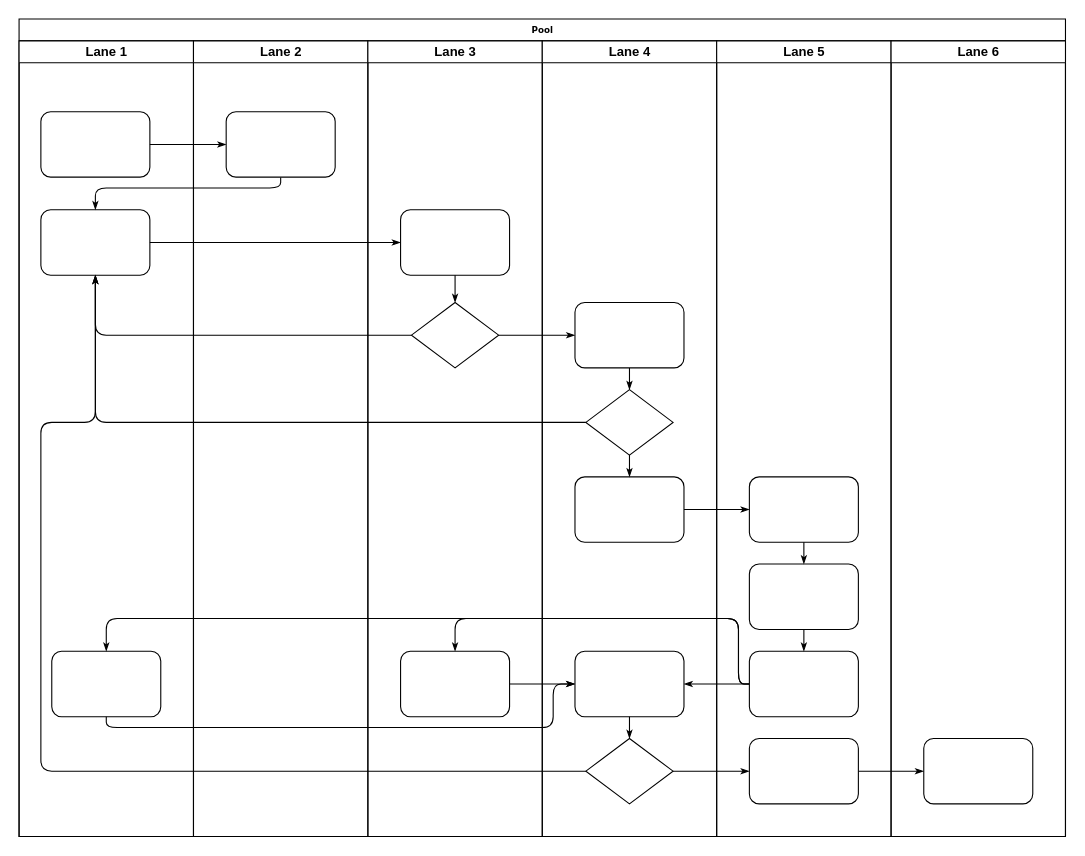
Earlier version of the draw.io diagram 未命名绘图.drawio (fuyifang/StudyDemo). Source tidied: cells renumbered, new cells numbered last; positions are measured from the earlier drawing's top-left corner, leaving out a move shared by most shapes. Both pictures are drawn from the tidied source at 109%, with x=0, y=0 at pixel (19, 19).
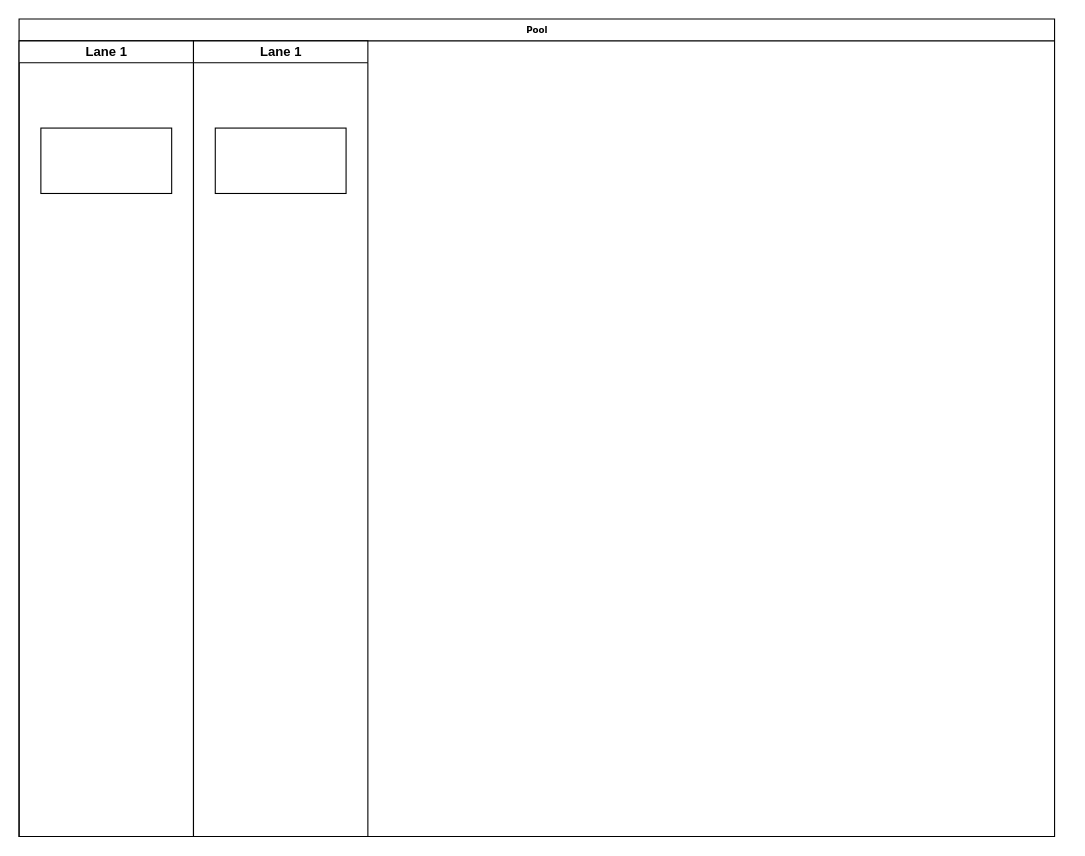
Above is the later version.

Commit message:
文字识别流程图.drawio

Unchanged cells that the change refers to:
```xml
<mxCell id="3" value="Lane 1" style="swimlane;html=1;startSize=20;" parent="2" vertex="1">
  <mxGeometry y="20" width="160" height="730" as="geometry" />
</mxCell>
```

What changed in the source:
```diff
@@
     <mxCell id="2" value="Pool" style="swimlane;html=1;startSize=20;rounded=0;shadow=0;labelBackgroundColor=none;strokeWidth=1;fontFamily=Verdana;fontSize=8;align=center;" parent="1" vertex="1">
-      <mxGeometry width="960" height="750" as="geometry" />
+      <mxGeometry width="950" height="750" as="geometry" />
     </mxCell>
@@
-    <mxCell id="4" style="rounded=1;whiteSpace=wrap;html=1;shadow=0;labelBackgroundColor=none;strokeWidth=1;fontFamily=Verdana;fontSize=8;align=center;" parent="3" vertex="1">
-      <mxGeometry x="20" y="65" width="100" height="60" as="geometry" />
-    </mxCell>
-    <mxCell id="5" style="rounded=1;whiteSpace=wrap;html=1;shadow=0;labelBackgroundColor=none;strokeWidth=1;fontFamily=Verdana;fontSize=8;align=center;" parent="3" vertex="1">
-      <mxGeometry x="20" y="155" width="100" height="60" as="geometry" />
-    </mxCell>
-    <mxCell id="6" style="rounded=1;whiteSpace=wrap;html=1;shadow=0;labelBackgroundColor=none;strokeWidth=1;fontFamily=Verdana;fontSize=8;align=center;" parent="3" vertex="1">
-      <mxGeometry x="30" y="560" width="100" height="60" as="geometry" />
-    </mxCell>
-    <mxCell id="7" style="edgeStyle=orthogonalEdgeStyle;rounded=1;html=1;labelBackgroundColor=none;startArrow=none;startFill=0;startSize=5;endArrow=classicThin;endFill=1;endSize=5;jettySize=auto;strokeWidth=1;fontFamily=Verdana;fontSize=8;" parent="2" edge="1" source="4" target="23">
-      <mxGeometry relative="1" as="geometry" />
-    </mxCell>
-    <mxCell id="8" style="edgeStyle=orthogonalEdgeStyle;rounded=1;html=1;labelBackgroundColor=none;startArrow=none;startFill=0;startSize=5;endArrow=classicThin;endFill=1;endSize=5;jettySize=auto;strokeWidth=1;fontFamily=Verdana;fontSize=8;" parent="2" edge="1" source="23" target="5">
-      <mxGeometry relative="1" as="geometry">
-        <Array as="points">
-          <mxPoint x="240" y="155" />
-          <mxPoint x="70" y="155" />
-        </Array>
-      </mxGeometry>
-    </mxCell>
-    <mxCell id="9" style="edgeStyle=orthogonalEdgeStyle;rounded=1;html=1;labelBackgroundColor=none;startArrow=none;startFill=0;startSize=5;endArrow=classicThin;endFill=1;endSize=5;jettySize=auto;strokeWidth=1;fontFamily=Verdana;fontSize=8;" parent="2" edge="1" source="5" target="25">
-      <mxGeometry relative="1" as="geometry" />
-    </mxCell>
-    <mxCell id="10" style="edgeStyle=orthogonalEdgeStyle;rounded=1;html=1;labelBackgroundColor=none;startArrow=none;startFill=0;startSize=5;endArrow=classicThin;endFill=1;endSize=5;jettySize=auto;strokeWidth=1;fontFamily=Verdana;fontSize=8;" parent="2" edge="1" source="26" target="5">
-      <mxGeometry relative="1" as="geometry" />
-    </mxCell>
-    <mxCell id="11" style="edgeStyle=orthogonalEdgeStyle;rounded=1;html=1;labelBackgroundColor=none;startArrow=none;startFill=0;startSize=5;endArrow=classicThin;endFill=1;endSize=5;jettySize=auto;strokeWidth=1;fontFamily=Verdana;fontSize=8;" parent="2" edge="1" source="31" target="5">
-      <mxGeometry relative="1" as="geometry" />
-    </mxCell>
-    <mxCell id="12" style="edgeStyle=orthogonalEdgeStyle;rounded=1;html=1;labelBackgroundColor=none;startArrow=none;startFill=0;startSize=5;endArrow=classicThin;endFill=1;endSize=5;jettySize=auto;strokeWidth=1;fontFamily=Verdana;fontSize=8;" parent="2" edge="1" source="34" target="5">
-      <mxGeometry relative="1" as="geometry">
-        <Array as="points">
-          <mxPoint x="20" y="690" />
-          <mxPoint x="20" y="370" />
-          <mxPoint x="70" y="370" />
-        </Array>
-      </mxGeometry>
-    </mxCell>
-    <mxCell id="13" style="edgeStyle=orthogonalEdgeStyle;rounded=1;html=1;labelBackgroundColor=none;startArrow=none;startFill=0;startSize=5;endArrow=classicThin;endFill=1;endSize=5;jettySize=auto;strokeWidth=1;fontFamily=Verdana;fontSize=8;" parent="2" edge="1" source="26" target="30">
-      <mxGeometry relative="1" as="geometry" />
-    </mxCell>
-    <mxCell id="14" style="edgeStyle=orthogonalEdgeStyle;rounded=1;html=1;labelBackgroundColor=none;startArrow=none;startFill=0;startSize=5;endArrow=classicThin;endFill=1;endSize=5;jettySize=auto;strokeWidth=1;fontFamily=Verdana;fontSize=8;" parent="2" edge="1" source="34" target="42">
-      <mxGeometry relative="1" as="geometry" />
-    </mxCell>
-    <mxCell id="15" style="edgeStyle=orthogonalEdgeStyle;rounded=1;html=1;labelBackgroundColor=none;startArrow=none;startFill=0;startSize=5;endArrow=classicThin;endFill=1;endSize=5;jettySize=auto;strokeWidth=1;fontFamily=Verdana;fontSize=8;" parent="2" edge="1" source="42" target="46">
-      <mxGeometry relative="1" as="geometry" />
-    </mxCell>
-    <mxCell id="16" style="edgeStyle=orthogonalEdgeStyle;rounded=1;html=1;labelBackgroundColor=none;startArrow=none;startFill=0;startSize=5;endArrow=classicThin;endFill=1;endSize=5;jettySize=auto;strokeWidth=1;fontFamily=Verdana;fontSize=8;" parent="2" edge="1" source="32" target="39">
-      <mxGeometry relative="1" as="geometry" />
-    </mxCell>
-    <mxCell id="17" style="edgeStyle=orthogonalEdgeStyle;rounded=1;html=1;labelBackgroundColor=none;startArrow=none;startFill=0;startSize=5;endArrow=classicThin;endFill=1;endSize=5;jettySize=auto;strokeWidth=1;fontFamily=Verdana;fontSize=8;" parent="2" edge="1" source="41" target="27">
-      <mxGeometry relative="1" as="geometry">
-        <Array as="points">
-          <mxPoint x="660" y="610" />
-          <mxPoint x="660" y="550" />
-          <mxPoint x="400" y="550" />
-        </Array>
-      </mxGeometry>
-    </mxCell>
-    <mxCell id="18" style="edgeStyle=orthogonalEdgeStyle;rounded=1;html=1;labelBackgroundColor=none;startArrow=none;startFill=0;startSize=5;endArrow=classicThin;endFill=1;endSize=5;jettySize=auto;strokeColor=#000000;strokeWidth=1;fontFamily=Verdana;fontSize=8;fontColor=#000000;" parent="2" edge="1" source="41" target="33">
-      <mxGeometry relative="1" as="geometry" />
-    </mxCell>
-    <mxCell id="19" style="edgeStyle=orthogonalEdgeStyle;rounded=1;html=1;labelBackgroundColor=none;startArrow=none;startFill=0;startSize=5;endArrow=classicThin;endFill=1;endSize=5;jettySize=auto;strokeWidth=1;fontFamily=Verdana;fontSize=8;" parent="2" edge="1" source="41" target="6">
-      <mxGeometry relative="1" as="geometry">
-        <Array as="points">
-          <mxPoint x="660" y="610" />
-          <mxPoint x="660" y="550" />
-          <mxPoint x="80" y="550" />
-        </Array>
-      </mxGeometry>
-    </mxCell>
-    <mxCell id="20" style="edgeStyle=orthogonalEdgeStyle;rounded=1;html=1;labelBackgroundColor=none;startArrow=none;startFill=0;startSize=5;endArrow=classicThin;endFill=1;endSize=5;jettySize=auto;strokeWidth=1;fontFamily=Verdana;fontSize=8;" parent="2" edge="1" source="6" target="33">
-      <mxGeometry relative="1" as="geometry">
-        <Array as="points">
-          <mxPoint x="80" y="650" />
-          <mxPoint x="490" y="650" />
-          <mxPoint x="490" y="610" />
-        </Array>
-      </mxGeometry>
-    </mxCell>
-    <mxCell id="21" style="edgeStyle=orthogonalEdgeStyle;rounded=1;html=1;labelBackgroundColor=none;startArrow=none;startFill=0;startSize=5;endArrow=classicThin;endFill=1;endSize=5;jettySize=auto;strokeWidth=1;fontFamily=Verdana;fontSize=8;" parent="2" edge="1" source="27" target="33">
-      <mxGeometry relative="1" as="geometry" />
-    </mxCell>
-    <mxCell id="22" value="Lane 2" style="swimlane;html=1;startSize=20;" parent="2" vertex="1">
-      <mxGeometry x="160" y="20" width="160" height="730" as="geometry" />
-    </mxCell>
-    <mxCell id="23" style="rounded=1;whiteSpace=wrap;html=1;shadow=0;labelBackgroundColor=none;strokeWidth=1;fontFamily=Verdana;fontSize=8;align=center;" parent="22" vertex="1">
-      <mxGeometry x="30" y="65" width="100" height="60" as="geometry" />
-    </mxCell>
-    <mxCell id="24" value="Lane 3" style="swimlane;html=1;startSize=20;" parent="2" vertex="1">
-      <mxGeometry x="320" y="20" width="160" height="730" as="geometry" />
-    </mxCell>
-    <mxCell id="25" style="rounded=1;whiteSpace=wrap;html=1;shadow=0;labelBackgroundColor=none;strokeWidth=1;fontFamily=Verdana;fontSize=8;align=center;" parent="24" vertex="1">
-      <mxGeometry x="30" y="155" width="100" height="60" as="geometry" />
-    </mxCell>
-    <mxCell id="26" style="rhombus;whiteSpace=wrap;html=1;rounded=0;shadow=0;labelBackgroundColor=none;strokeWidth=1;fontFamily=Verdana;fontSize=8;align=center;" parent="24" vertex="1">
-      <mxGeometry x="40" y="240" width="80" height="60" as="geometry" />
-    </mxCell>
-    <mxCell id="27" style="rounded=1;whiteSpace=wrap;html=1;shadow=0;labelBackgroundColor=none;strokeWidth=1;fontFamily=Verdana;fontSize=8;align=center;" parent="24" vertex="1">
-      <mxGeometry x="30" y="560" width="100" height="60" as="geometry" />
-    </mxCell>
-    <mxCell id="28" style="edgeStyle=orthogonalEdgeStyle;rounded=1;html=1;labelBackgroundColor=none;startArrow=none;startFill=0;startSize=5;endArrow=classicThin;endFill=1;endSize=5;jettySize=auto;strokeWidth=1;fontFamily=Verdana;fontSize=8;" parent="24" edge="1" source="25" target="26">
-      <mxGeometry relative="1" as="geometry" />
-    </mxCell>
-    <mxCell id="29" value="Lane 4" style="swimlane;html=1;startSize=20;" parent="2" vertex="1">
-      <mxGeometry x="480" y="20" width="160" height="730" as="geometry" />
-    </mxCell>
-    <mxCell id="30" style="rounded=1;whiteSpace=wrap;html=1;shadow=0;labelBackgroundColor=none;strokeWidth=1;fontFamily=Verdana;fontSize=8;align=center;" parent="29" vertex="1">
-      <mxGeometry x="30" y="240" width="100" height="60" as="geometry" />
-    </mxCell>
-    <mxCell id="31" style="rhombus;whiteSpace=wrap;html=1;rounded=0;shadow=0;labelBackgroundColor=none;strokeWidth=1;fontFamily=Verdana;fontSize=8;align=center;" parent="29" vertex="1">
-      <mxGeometry x="40" y="320" width="80" height="60" as="geometry" />
-    </mxCell>
-    <mxCell id="32" style="rounded=1;whiteSpace=wrap;html=1;shadow=0;labelBackgroundColor=none;strokeWidth=1;fontFamily=Verdana;fontSize=8;align=center;" parent="29" vertex="1">
-      <mxGeometry x="30" y="400" width="100" height="60" as="geometry" />
-    </mxCell>
-    <mxCell id="33" style="rounded=1;whiteSpace=wrap;html=1;shadow=0;labelBackgroundColor=none;strokeWidth=1;fontFamily=Verdana;fontSize=8;align=center;" parent="29" vertex="1">
-      <mxGeometry x="30" y="560" width="100" height="60" as="geometry" />
-    </mxCell>
-    <mxCell id="34" style="rhombus;whiteSpace=wrap;html=1;rounded=0;shadow=0;labelBackgroundColor=none;strokeWidth=1;fontFamily=Verdana;fontSize=8;align=center;" parent="29" vertex="1">
-      <mxGeometry x="40" y="640" width="80" height="60" as="geometry" />
-    </mxCell>
-    <mxCell id="35" style="edgeStyle=orthogonalEdgeStyle;rounded=1;html=1;labelBackgroundColor=none;startArrow=none;startFill=0;startSize=5;endArrow=classicThin;endFill=1;endSize=5;jettySize=auto;strokeColor=#000000;strokeWidth=1;fontFamily=Verdana;fontSize=8;fontColor=#000000;" parent="29" edge="1" source="30" target="31">
-      <mxGeometry relative="1" as="geometry" />
-    </mxCell>
-    <mxCell id="36" style="edgeStyle=orthogonalEdgeStyle;rounded=1;html=1;labelBackgroundColor=none;startArrow=none;startFill=0;startSize=5;endArrow=classicThin;endFill=1;endSize=5;jettySize=auto;strokeWidth=1;fontFamily=Verdana;fontSize=8;" parent="29" edge="1" source="31" target="32">
-      <mxGeometry relative="1" as="geometry" />
-    </mxCell>
-    <mxCell id="37" style="edgeStyle=orthogonalEdgeStyle;rounded=1;html=1;labelBackgroundColor=none;startArrow=none;startFill=0;startSize=5;endArrow=classicThin;endFill=1;endSize=5;jettySize=auto;strokeWidth=1;fontFamily=Verdana;fontSize=8;" parent="29" edge="1" source="33" target="34">
-      <mxGeometry relative="1" as="geometry" />
-    </mxCell>
-    <mxCell id="38" value="Lane 5" style="swimlane;html=1;startSize=20;" parent="2" vertex="1">
-      <mxGeometry x="640" y="20" width="160" height="730" as="geometry" />
-    </mxCell>
-    <mxCell id="39" style="rounded=1;whiteSpace=wrap;html=1;shadow=0;labelBackgroundColor=none;strokeWidth=1;fontFamily=Verdana;fontSize=8;align=center;" parent="38" vertex="1">
-      <mxGeometry x="30" y="400" width="100" height="60" as="geometry" />
-    </mxCell>
-    <mxCell id="40" style="rounded=1;whiteSpace=wrap;html=1;shadow=0;labelBackgroundColor=none;strokeWidth=1;fontFamily=Verdana;fontSize=8;align=center;" parent="38" vertex="1">
-      <mxGeometry x="30" y="480" width="100" height="60" as="geometry" />
-    </mxCell>
-    <mxCell id="41" style="rounded=1;whiteSpace=wrap;html=1;shadow=0;labelBackgroundColor=none;strokeWidth=1;fontFamily=Verdana;fontSize=8;align=center;" parent="38" vertex="1">
-      <mxGeometry x="30" y="560" width="100" height="60" as="geometry" />
-    </mxCell>
-    <mxCell id="42" style="rounded=1;whiteSpace=wrap;html=1;shadow=0;labelBackgroundColor=none;strokeWidth=1;fontFamily=Verdana;fontSize=8;align=center;" parent="38" vertex="1">
-      <mxGeometry x="30" y="640" width="100" height="60" as="geometry" />
-    </mxCell>
-    <mxCell id="43" style="edgeStyle=orthogonalEdgeStyle;rounded=1;html=1;labelBackgroundColor=none;startArrow=none;startFill=0;startSize=5;endArrow=classicThin;endFill=1;endSize=5;jettySize=auto;strokeWidth=1;fontFamily=Verdana;fontSize=8;" parent="38" edge="1" source="39" target="40">
-      <mxGeometry relative="1" as="geometry" />
-    </mxCell>
-    <mxCell id="44" style="edgeStyle=orthogonalEdgeStyle;rounded=1;html=1;labelBackgroundColor=none;startArrow=none;startFill=0;startSize=5;endArrow=classicThin;endFill=1;endSize=5;jettySize=auto;strokeWidth=1;fontFamily=Verdana;fontSize=8;" parent="38" edge="1" source="40" target="41">
-      <mxGeometry relative="1" as="geometry" />
-    </mxCell>
-    <mxCell id="45" value="Lane 6" style="swimlane;html=1;startSize=20;" parent="2" vertex="1">
-      <mxGeometry x="800" y="20" width="160" height="730" as="geometry" />
-    </mxCell>
-    <mxCell id="46" style="rounded=1;whiteSpace=wrap;html=1;shadow=0;labelBackgroundColor=none;strokeWidth=1;fontFamily=Verdana;fontSize=8;align=center;" parent="45" vertex="1">
-      <mxGeometry x="30" y="640" width="100" height="60" as="geometry" />
-    </mxCell>
+    <mxCell id="47" style="rounded=0;whiteSpace=wrap;html=1;" parent="3" vertex="1">
+      <mxGeometry x="20" y="80" width="120" height="60" as="geometry" />
+    </mxCell>
+    <mxCell id="48" value="Lane 1" style="swimlane;html=1;startSize=20;" parent="2" vertex="1">
+      <mxGeometry x="160" y="20" width="160" height="730" as="geometry" />
+    </mxCell>
+    <mxCell id="49" style="rounded=0;whiteSpace=wrap;html=1;" parent="48" vertex="1">
+      <mxGeometry x="20" y="80" width="120" height="60" as="geometry" />
+    </mxCell>
```
